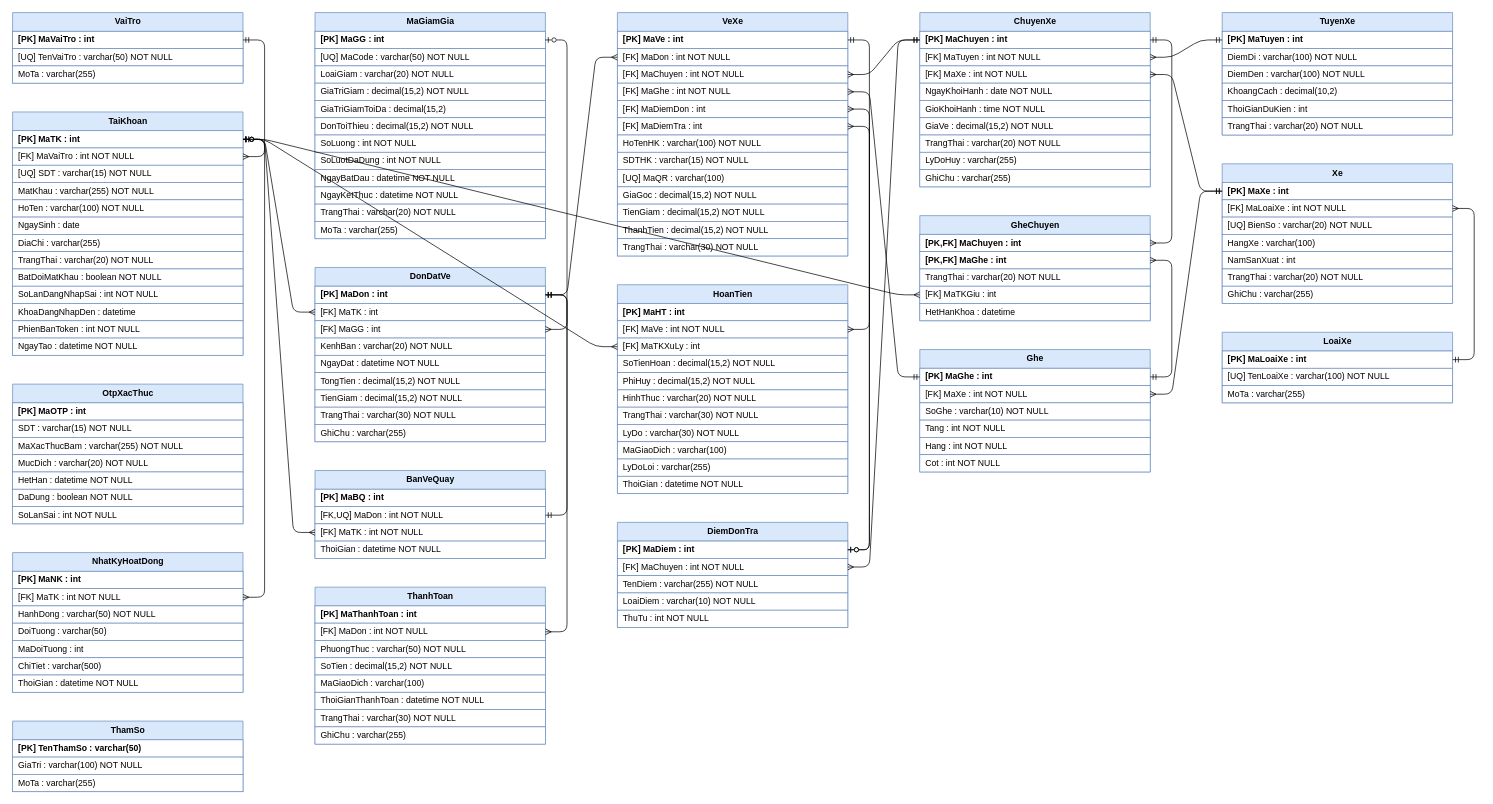
Earlier version of the draw.io diagram docs/rdm/RDM_DatVeXeKhach.drawio (Longcodepro/Project_OOAD_HK1_2026-2027). Source tidied: cells renumbered, new cells numbered last; positions are measured from the earlier drawing's top-left corner, leaving out a move shared by most shapes. Both pictures are drawn from the tidied source at 72%, with x=0, y=0 at pixel (12, 12).
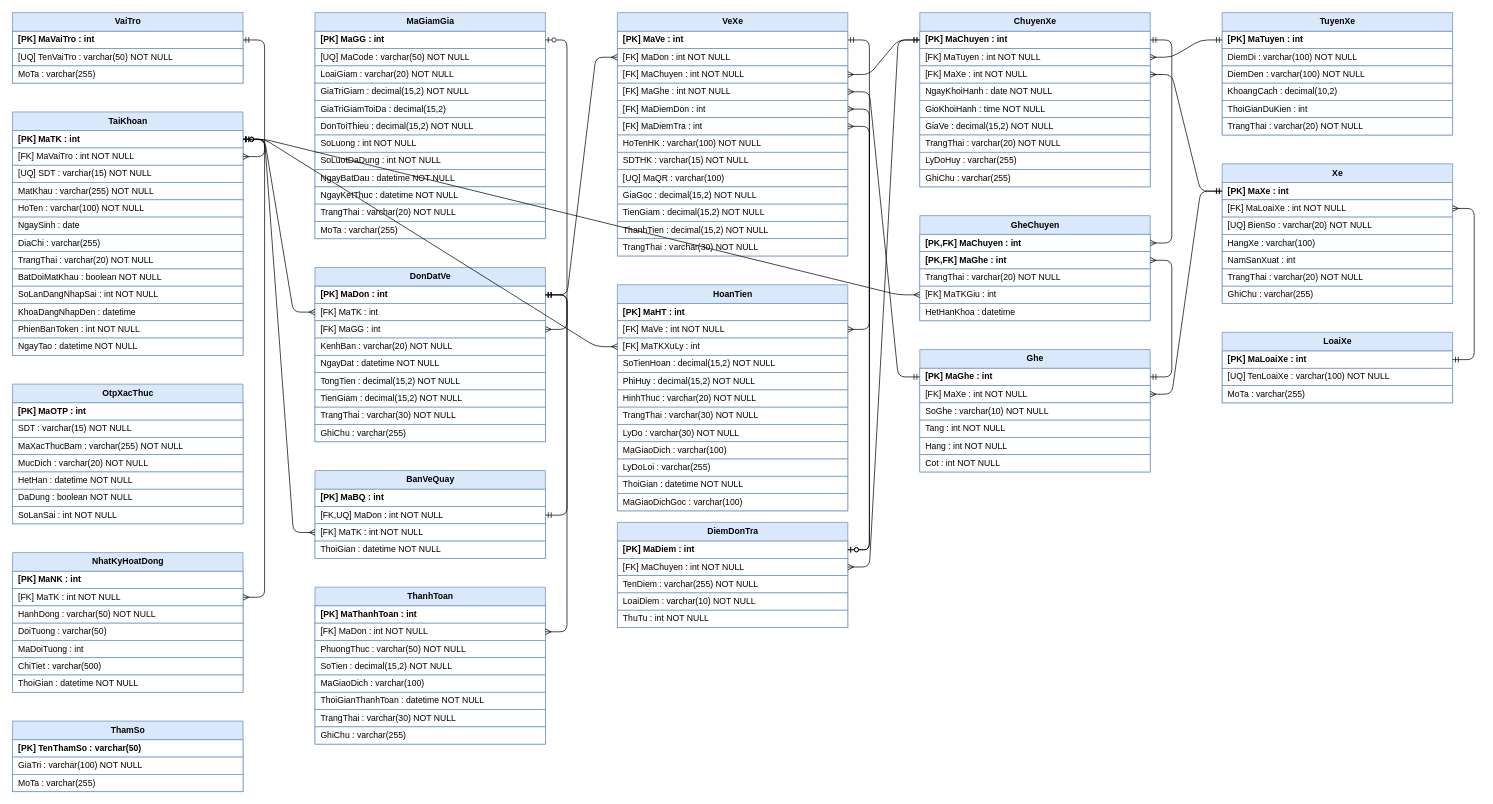
Above is the later version.

Commit message (it also covers changes not shown here):
docs(diagram): cập nhật RDM, sơ đồ lớp và tuần tự theo phần đã làm thêm

Diff of the diagram source:
```diff
@@
     <mxCell id="139" value="HoanTien" style="swimlane;fontStyle=1;horizontal=1;startSize=26;html=1;fillColor=#dae8fc;strokeColor=#6c8ebf;" parent="1" vertex="1">
-      <mxGeometry x="840" y="378" width="320" height="290" as="geometry" />
+      <mxGeometry x="840" y="378" width="320" height="314" as="geometry" />
     </mxCell>
@@
+    <mxCell id="173" value="MaGiaoDichGoc : varchar(100)" style="text;align=left;verticalAlign=middle;spacingLeft=6;html=1;strokeColor=#6c8ebf;fillColor=#ffffff;" parent="139" vertex="1">
+      <mxGeometry y="290" width="320" height="24" as="geometry" />
+    </mxCell>
```
